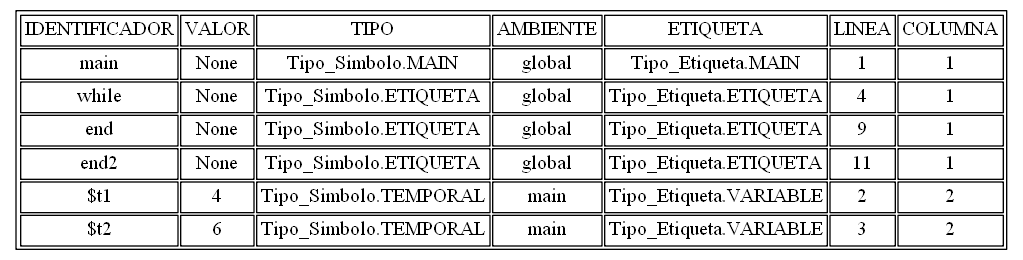
Before: tablasimbolos.png, a diagram exported from Graphviz (AndreeAvalos/OLC2-AUGUS). Its source is kept beside it as tablasimbolos.dot.
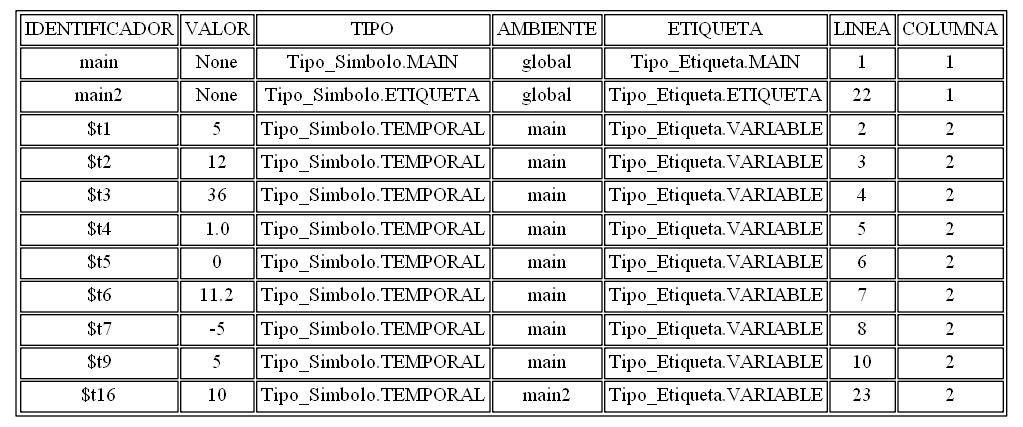
Later version of the same file.

The edit, as a diff of the source:
```diff
@@ -4,11 +4,16 @@
 arset [label=<<TABLE ALIGN="LEFT">
 <TR><TD>IDENTIFICADOR</TD><TD>VALOR</TD><TD>TIPO</TD><TD>AMBIENTE</TD><TD>ETIQUETA</TD><TD>LINEA</TD><TD>COLUMNA</TD></TR>
 <TR><TD>main</TD><TD>None</TD><TD>Tipo_Simbolo.MAIN</TD><TD>global</TD><TD>Tipo_Etiqueta.MAIN</TD><TD>1</TD><TD>1</TD></TR>
-<TR><TD>while</TD><TD>None</TD><TD>Tipo_Simbolo.ETIQUETA</TD><TD>global</TD><TD>Tipo_Etiqueta.ETIQUETA</TD><TD>4</TD><TD>1</TD></TR>
-<TR><TD>end</TD><TD>None</TD><TD>Tipo_Simbolo.ETIQUETA</TD><TD>global</TD><TD>Tipo_Etiqueta.ETIQUETA</TD><TD>9</TD><TD>1</TD></TR>
-<TR><TD>end2</TD><TD>None</TD><TD>Tipo_Simbolo.ETIQUETA</TD><TD>global</TD><TD>Tipo_Etiqueta.ETIQUETA</TD><TD>11</TD><TD>1</TD></TR>
-<TR><TD>$t1</TD><TD>4</TD><TD>Tipo_Simbolo.TEMPORAL</TD><TD>main</TD><TD>Tipo_Etiqueta.VARIABLE</TD><TD>2</TD><TD>2</TD></TR>
-<TR><TD>$t2</TD><TD>6</TD><TD>Tipo_Simbolo.TEMPORAL</TD><TD>main</TD><TD>Tipo_Etiqueta.VARIABLE</TD><TD>3</TD><TD>2</TD></TR>
+<TR><TD>main2</TD><TD>None</TD><TD>Tipo_Simbolo.ETIQUETA</TD><TD>global</TD><TD>Tipo_Etiqueta.ETIQUETA</TD><TD>22</TD><TD>1</TD></TR>
+<TR><TD>$t1</TD><TD>5</TD><TD>Tipo_Simbolo.TEMPORAL</TD><TD>main</TD><TD>Tipo_Etiqueta.VARIABLE</TD><TD>2</TD><TD>2</TD></TR>
+<TR><TD>$t2</TD><TD>12</TD><TD>Tipo_Simbolo.TEMPORAL</TD><TD>main</TD><TD>Tipo_Etiqueta.VARIABLE</TD><TD>3</TD><TD>2</TD></TR>
+<TR><TD>$t3</TD><TD>36</TD><TD>Tipo_Simbolo.TEMPORAL</TD><TD>main</TD><TD>Tipo_Etiqueta.VARIABLE</TD><TD>4</TD><TD>2</TD></TR>
+<TR><TD>$t4</TD><TD>1.0</TD><TD>Tipo_Simbolo.TEMPORAL</TD><TD>main</TD><TD>Tipo_Etiqueta.VARIABLE</TD><TD>5</TD><TD>2</TD></TR>
+<TR><TD>$t5</TD><TD>0</TD><TD>Tipo_Simbolo.TEMPORAL</TD><TD>main</TD><TD>Tipo_Etiqueta.VARIABLE</TD><TD>6</TD><TD>2</TD></TR>
+<TR><TD>$t6</TD><TD>11.2</TD><TD>Tipo_Simbolo.TEMPORAL</TD><TD>main</TD><TD>Tipo_Etiqueta.VARIABLE</TD><TD>7</TD><TD>2</TD></TR>
+<TR><TD>$t7</TD><TD>-5</TD><TD>Tipo_Simbolo.TEMPORAL</TD><TD>main</TD><TD>Tipo_Etiqueta.VARIABLE</TD><TD>8</TD><TD>2</TD></TR>
+<TR><TD>$t9</TD><TD>5</TD><TD>Tipo_Simbolo.TEMPORAL</TD><TD>main</TD><TD>Tipo_Etiqueta.VARIABLE</TD><TD>10</TD><TD>2</TD></TR>
+<TR><TD>$t16</TD><TD>10</TD><TD>Tipo_Simbolo.TEMPORAL</TD><TD>main2</TD><TD>Tipo_Etiqueta.VARIABLE</TD><TD>23</TD><TD>2</TD></TR>
 </TABLE>
 >, ];
 }
```
